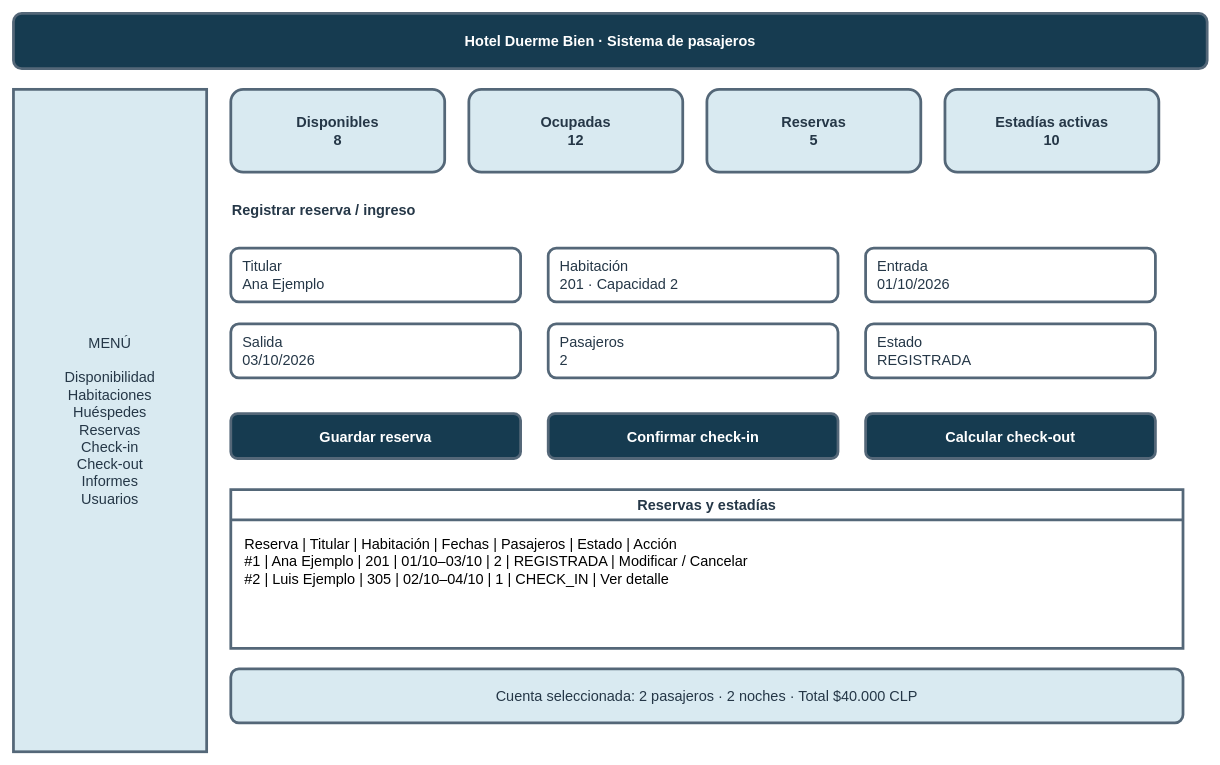
Above: diagramas-editables/mockup-completo.drawio in Yutre3/hotel-duerme-bien (draw.io), before the change. Source tidied: cells renumbered, new cells numbered last; positions are measured from the earlier drawing's top-left corner, leaving out a move shared by most shapes. Both pictures are drawn from the tidied source at 69%, with x=0, y=0 at pixel (13, 13).
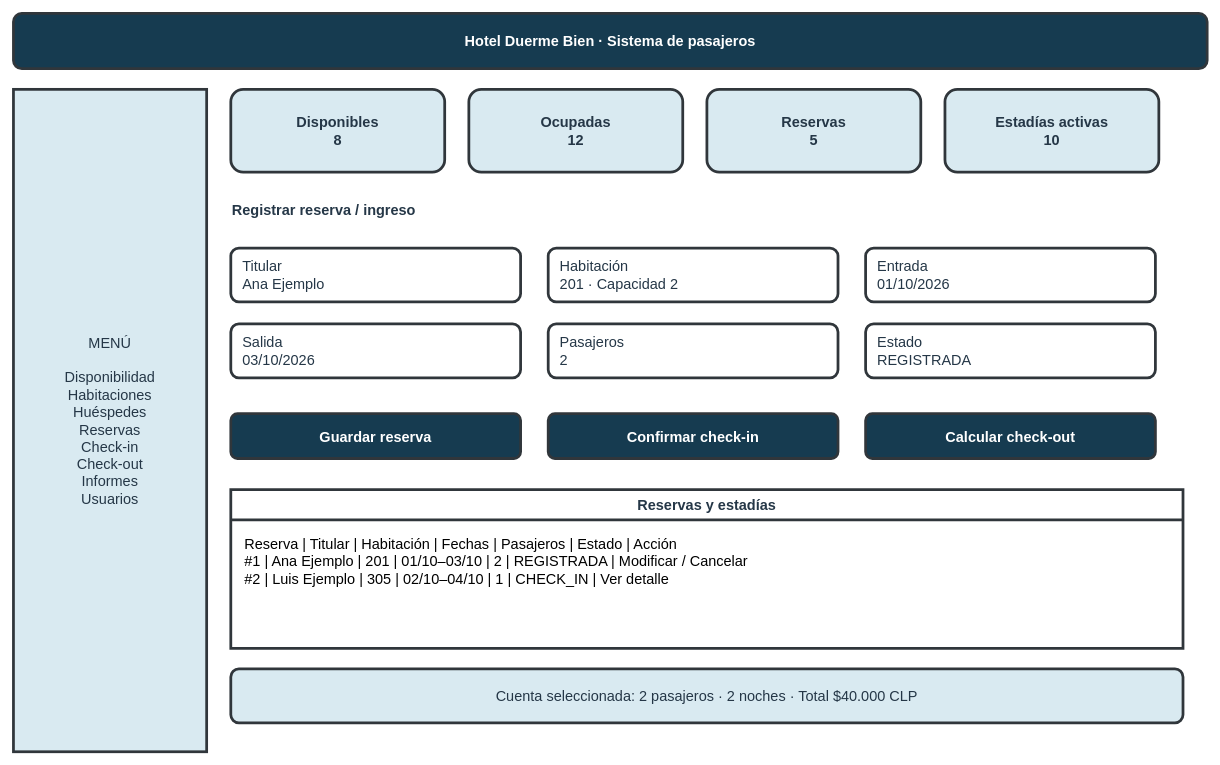
The same page after the edit.

The edit, as a diff of the source:
```diff
@@
-    <mxCell id="2" value="Hotel Duerme Bien · Sistema de pasajeros" style="rounded=1;html=0;whiteSpace=wrap;strokeColor=#546778;strokeWidth=4;fillColor=#163b50;fontColor=#ffffff;fontSize=21;fontStyle=1;" parent="1" vertex="1">
+    <mxCell id="2" value="Hotel Duerme Bien · Sistema de pasajeros" style="rounded=1;html=0;whiteSpace=wrap;strokeColor=#30363b;strokeWidth=4;fillColor=#163b50;fontColor=#ffffff;fontSize=21;fontStyle=1;" parent="1" vertex="1">
       <mxGeometry width="1730" height="80" as="geometry" />
     </mxCell>
-    <mxCell id="3" value="MENÚ&#10;&#10;Disponibilidad&#10;Habitaciones&#10;Huéspedes&#10;Reservas&#10;Check-in&#10;Check-out&#10;Informes&#10;Usuarios" style="rounded=0;html=0;whiteSpace=wrap;strokeColor=#546778;strokeWidth=4;fillColor=#d9eaf1;fontColor=#253747;fontSize=21;" parent="1" vertex="1">
+    <mxCell id="3" value="MENÚ&#10;&#10;Disponibilidad&#10;Habitaciones&#10;Huéspedes&#10;Reservas&#10;Check-in&#10;Check-out&#10;Informes&#10;Usuarios" style="rounded=0;html=0;whiteSpace=wrap;strokeColor=#30363b;strokeWidth=4;fillColor=#d9eaf1;fontColor=#253747;fontSize=21;" parent="1" vertex="1">
       <mxGeometry y="110" width="280" height="960" as="geometry" />
     </mxCell>
-    <mxCell id="4" value="Disponibles&#10;8" style="rounded=1;html=0;whiteSpace=wrap;strokeColor=#546778;strokeWidth=4;fillColor=#d9eaf1;fontColor=#253747;fontSize=21;fontStyle=1;" parent="1" vertex="1">
+    <mxCell id="4" value="Disponibles&#10;8" style="rounded=1;html=0;whiteSpace=wrap;strokeColor=#30363b;strokeWidth=4;fillColor=#d9eaf1;fontColor=#253747;fontSize=21;fontStyle=1;" parent="1" vertex="1">
       <mxGeometry x="315" y="110" width="310" height="120" as="geometry" />
     </mxCell>
-    <mxCell id="5" value="Ocupadas&#10;12" style="rounded=1;html=0;whiteSpace=wrap;strokeColor=#546778;strokeWidth=4;fillColor=#d9eaf1;fontColor=#253747;fontSize=21;fontStyle=1;" parent="1" vertex="1">
+    <mxCell id="5" value="Ocupadas&#10;12" style="rounded=1;html=0;whiteSpace=wrap;strokeColor=#30363b;strokeWidth=4;fillColor=#d9eaf1;fontColor=#253747;fontSize=21;fontStyle=1;" parent="1" vertex="1">
       <mxGeometry x="660" y="110" width="310" height="120" as="geometry" />
     </mxCell>
-    <mxCell id="6" value="Reservas&#10;5" style="rounded=1;html=0;whiteSpace=wrap;strokeColor=#546778;strokeWidth=4;fillColor=#d9eaf1;fontColor=#253747;fontSize=21;fontStyle=1;" parent="1" vertex="1">
+    <mxCell id="6" value="Reservas&#10;5" style="rounded=1;html=0;whiteSpace=wrap;strokeColor=#30363b;strokeWidth=4;fillColor=#d9eaf1;fontColor=#253747;fontSize=21;fontStyle=1;" parent="1" vertex="1">
       <mxGeometry x="1005" y="110" width="310" height="120" as="geometry" />
     </mxCell>
-    <mxCell id="7" value="Estadías activas&#10;10" style="rounded=1;html=0;whiteSpace=wrap;strokeColor=#546778;strokeWidth=4;fillColor=#d9eaf1;fontColor=#253747;fontSize=21;fontStyle=1;" parent="1" vertex="1">
+    <mxCell id="7" value="Estadías activas&#10;10" style="rounded=1;html=0;whiteSpace=wrap;strokeColor=#30363b;strokeWidth=4;fillColor=#d9eaf1;fontColor=#253747;fontSize=21;fontStyle=1;" parent="1" vertex="1">
       <mxGeometry x="1350" y="110" width="310" height="120" as="geometry" />
     </mxCell>
-    <mxCell id="8" value="Registrar reserva / ingreso" style="text;strokeColor=none;fillColor=none;align=left;html=0;whiteSpace=wrap;strokeColor=#546778;strokeWidth=4;fillColor=#ffffff;fontColor=#253747;fontSize=21;fontStyle=1;strokeColor=none;fillColor=none;" parent="1" vertex="1">
+    <mxCell id="8" value="Registrar reserva / ingreso" style="text;strokeColor=none;fillColor=none;align=left;html=0;whiteSpace=wrap;strokeColor=#30363b;strokeWidth=4;fillColor=#ffffff;fontColor=#253747;fontSize=21;fontStyle=1;strokeColor=none;fillColor=none;" parent="1" vertex="1">
       <mxGeometry x="315" y="265" width="1380" height="55" as="geometry" />
     </mxCell>
-    <mxCell id="9" value="Titular&#10;Ana Ejemplo" style="rounded=1;align=left;spacingLeft=15;html=0;whiteSpace=wrap;strokeColor=#546778;strokeWidth=4;fillColor=#ffffff;fontColor=#253747;fontSize=21;" parent="1" vertex="1">
+    <mxCell id="9" value="Titular&#10;Ana Ejemplo" style="rounded=1;align=left;spacingLeft=15;html=0;whiteSpace=wrap;strokeColor=#30363b;strokeWidth=4;fillColor=#ffffff;fontColor=#253747;fontSize=21;" parent="1" vertex="1">
       <mxGeometry x="315" y="340" width="420" height="78" as="geometry" />
     </mxCell>
-    <mxCell id="10" value="Habitación&#10;201 · Capacidad 2" style="rounded=1;align=left;spacingLeft=15;html=0;whiteSpace=wrap;strokeColor=#546778;strokeWidth=4;fillColor=#ffffff;fontColor=#253747;fontSize=21;" parent="1" vertex="1">
+    <mxCell id="10" value="Habitación&#10;201 · Capacidad 2" style="rounded=1;align=left;spacingLeft=15;html=0;whiteSpace=wrap;strokeColor=#30363b;strokeWidth=4;fillColor=#ffffff;fontColor=#253747;fontSize=21;" parent="1" vertex="1">
       <mxGeometry x="775" y="340" width="420" height="78" as="geometry" />
     </mxCell>
-    <mxCell id="11" value="Entrada&#10;01/10/2026" style="rounded=1;align=left;spacingLeft=15;html=0;whiteSpace=wrap;strokeColor=#546778;strokeWidth=4;fillColor=#ffffff;fontColor=#253747;fontSize=21;" parent="1" vertex="1">
+    <mxCell id="11" value="Entrada&#10;01/10/2026" style="rounded=1;align=left;spacingLeft=15;html=0;whiteSpace=wrap;strokeColor=#30363b;strokeWidth=4;fillColor=#ffffff;fontColor=#253747;fontSize=21;" parent="1" vertex="1">
       <mxGeometry x="1235" y="340" width="420" height="78" as="geometry" />
     </mxCell>
-    <mxCell id="12" value="Salida&#10;03/10/2026" style="rounded=1;align=left;spacingLeft=15;html=0;whiteSpace=wrap;strokeColor=#546778;strokeWidth=4;fillColor=#ffffff;fontColor=#253747;fontSize=21;" parent="1" vertex="1">
+    <mxCell id="12" value="Salida&#10;03/10/2026" style="rounded=1;align=left;spacingLeft=15;html=0;whiteSpace=wrap;strokeColor=#30363b;strokeWidth=4;fillColor=#ffffff;fontColor=#253747;fontSize=21;" parent="1" vertex="1">
       <mxGeometry x="315" y="450" width="420" height="78" as="geometry" />
     </mxCell>
-    <mxCell id="13" value="Pasajeros&#10;2" style="rounded=1;align=left;spacingLeft=15;html=0;whiteSpace=wrap;strokeColor=#546778;strokeWidth=4;fillColor=#ffffff;fontColor=#253747;fontSize=21;" parent="1" vertex="1">
+    <mxCell id="13" value="Pasajeros&#10;2" style="rounded=1;align=left;spacingLeft=15;html=0;whiteSpace=wrap;strokeColor=#30363b;strokeWidth=4;fillColor=#ffffff;fontColor=#253747;fontSize=21;" parent="1" vertex="1">
       <mxGeometry x="775" y="450" width="420" height="78" as="geometry" />
     </mxCell>
-    <mxCell id="14" value="Estado&#10;REGISTRADA" style="rounded=1;align=left;spacingLeft=15;html=0;whiteSpace=wrap;strokeColor=#546778;strokeWidth=4;fillColor=#ffffff;fontColor=#253747;fontSize=21;" parent="1" vertex="1">
+    <mxCell id="14" value="Estado&#10;REGISTRADA" style="rounded=1;align=left;spacingLeft=15;html=0;whiteSpace=wrap;strokeColor=#30363b;strokeWidth=4;fillColor=#ffffff;fontColor=#253747;fontSize=21;" parent="1" vertex="1">
       <mxGeometry x="1235" y="450" width="420" height="78" as="geometry" />
     </mxCell>
-    <mxCell id="15" value="Guardar reserva" style="rounded=1;html=0;whiteSpace=wrap;strokeColor=#546778;strokeWidth=4;fillColor=#163b50;fontColor=#ffffff;fontSize=21;fontStyle=1;" parent="1" vertex="1">
+    <mxCell id="15" value="Guardar reserva" style="rounded=1;html=0;whiteSpace=wrap;strokeColor=#30363b;strokeWidth=4;fillColor=#163b50;fontColor=#ffffff;fontSize=21;fontStyle=1;" parent="1" vertex="1">
       <mxGeometry x="315" y="580" width="420" height="65" as="geometry" />
     </mxCell>
-    <mxCell id="16" value="Confirmar check-in" style="rounded=1;html=0;whiteSpace=wrap;strokeColor=#546778;strokeWidth=4;fillColor=#163b50;fontColor=#ffffff;fontSize=21;fontStyle=1;" parent="1" vertex="1">
+    <mxCell id="16" value="Confirmar check-in" style="rounded=1;html=0;whiteSpace=wrap;strokeColor=#30363b;strokeWidth=4;fillColor=#163b50;fontColor=#ffffff;fontSize=21;fontStyle=1;" parent="1" vertex="1">
       <mxGeometry x="775" y="580" width="420" height="65" as="geometry" />
     </mxCell>
-    <mxCell id="17" value="Calcular check-out" style="rounded=1;html=0;whiteSpace=wrap;strokeColor=#546778;strokeWidth=4;fillColor=#163b50;fontColor=#ffffff;fontSize=21;fontStyle=1;" parent="1" vertex="1">
+    <mxCell id="17" value="Calcular check-out" style="rounded=1;html=0;whiteSpace=wrap;strokeColor=#30363b;strokeWidth=4;fillColor=#163b50;fontColor=#ffffff;fontSize=21;fontStyle=1;" parent="1" vertex="1">
       <mxGeometry x="1235" y="580" width="420" height="65" as="geometry" />
     </mxCell>
-    <mxCell id="18" value="Reservas y estadías" style="shape=swimlane;startSize=44;horizontal=1;html=0;whiteSpace=wrap;strokeColor=#546778;strokeWidth=4;fillColor=#ffffff;fontColor=#253747;fontSize=21;fontStyle=1;" parent="1" vertex="1">
+    <mxCell id="18" value="Reservas y estadías" style="shape=swimlane;startSize=44;horizontal=1;html=0;whiteSpace=wrap;strokeColor=#30363b;strokeWidth=4;fillColor=#ffffff;fontColor=#253747;fontSize=21;fontStyle=1;" parent="1" vertex="1">
       <mxGeometry x="315" y="690" width="1380" height="230" as="geometry" />
     </mxCell>
@@
-    <mxCell id="20" value="Cuenta seleccionada: 2 pasajeros · 2 noches · Total $40.000 CLP" style="rounded=1;html=0;whiteSpace=wrap;strokeColor=#546778;strokeWidth=4;fillColor=#d9eaf1;fontColor=#253747;fontSize=21;" parent="1" vertex="1">
+    <mxCell id="20" value="Cuenta seleccionada: 2 pasajeros · 2 noches · Total $40.000 CLP" style="rounded=1;html=0;whiteSpace=wrap;strokeColor=#30363b;strokeWidth=4;fillColor=#d9eaf1;fontColor=#253747;fontSize=21;" parent="1" vertex="1">
       <mxGeometry x="315" y="950" width="1380" height="78" as="geometry" />
     </mxCell>
```
